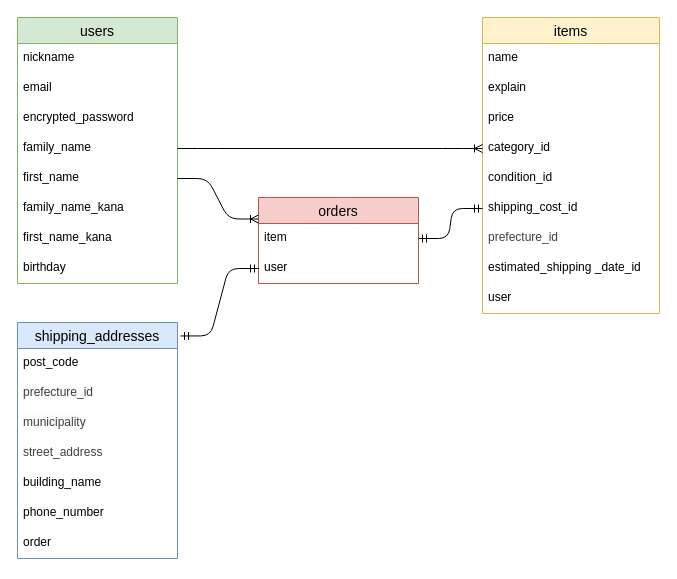
naoto4420-pixel/furima-47233 keeps this draw.io diagram as ER.dio. Above is the earlier version. Source tidied: cells renumbered, new cells numbered last; positions are measured from the earlier drawing's top-left corner, leaving out a move shared by most shapes. Both pictures are drawn from the tidied source at 100%, with x=0, y=0 at pixel (17, 17).
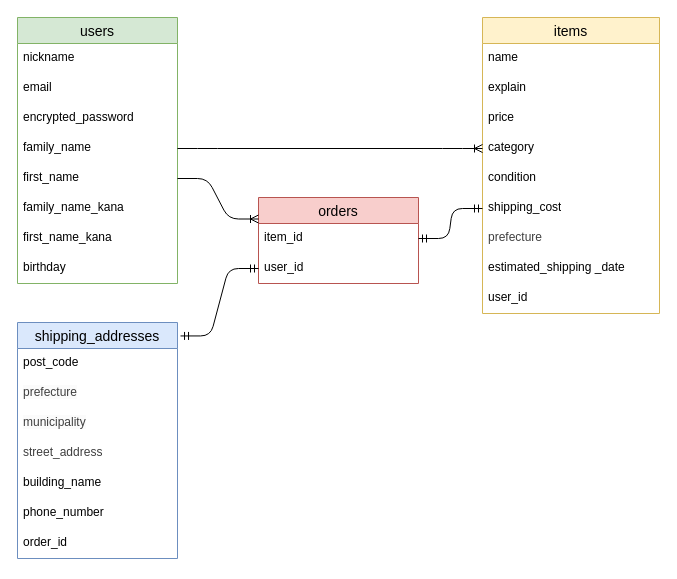
The same page after the edit.

Unchanged cells that the change refers to:
```xml
<mxCell id="11" value="items" style="swimlane;fontStyle=0;horizontal=1;startSize=26;align=center;fontSize=14;fillColor=#fff2cc;strokeColor=#d6b656;" parent="1" vertex="1">
  <mxGeometry x="465" width="177" height="296" as="geometry" />
</mxCell>
<mxCell id="22" value="shipping_addresses" style="swimlane;fontStyle=0;horizontal=1;startSize=26;align=center;fontSize=14;fillColor=#dae8fc;strokeColor=#6c8ebf;fontColor=default;" parent="1" vertex="1">
  <mxGeometry y="305" width="160" height="236" as="geometry" />
</mxCell>
<mxCell id="30" value="orders" style="swimlane;fontStyle=0;horizontal=1;startSize=26;align=center;fontSize=14;fillColor=#f8cecc;strokeColor=#b85450;" parent="1" vertex="1">
  <mxGeometry x="241" y="180" width="160" height="86" as="geometry" />
</mxCell>
```

Change to the diagram source:
```diff
@@
-    <mxCell id="15" value="category_id" style="text;strokeColor=none;fillColor=none;spacingLeft=4;spacingRight=4;overflow=hidden;points=[[0,0.5],[1,0.5]];portConstraint=eastwest;fontSize=12;whiteSpace=wrap;html=1;" parent="11" vertex="1">
+    <mxCell id="15" value="category" style="text;strokeColor=none;fillColor=none;spacingLeft=4;spacingRight=4;overflow=hidden;points=[[0,0.5],[1,0.5]];portConstraint=eastwest;fontSize=12;whiteSpace=wrap;html=1;" parent="11" vertex="1">
       <mxGeometry y="116" width="177" height="30" as="geometry" />
     </mxCell>
-    <mxCell id="16" value="condition_id" style="text;strokeColor=none;fillColor=none;spacingLeft=4;spacingRight=4;overflow=hidden;fontSize=12;whiteSpace=wrap;html=1;" parent="11" vertex="1">
+    <mxCell id="16" value="condition" style="text;strokeColor=none;fillColor=none;spacingLeft=4;spacingRight=4;overflow=hidden;fontSize=12;whiteSpace=wrap;html=1;" parent="11" vertex="1">
       <mxGeometry y="146" width="177" height="30" as="geometry" />
     </mxCell>
-    <mxCell id="17" value="shipping_cost_id" style="text;strokeColor=none;fillColor=none;spacingLeft=4;spacingRight=4;overflow=hidden;points=[[0,0.5],[1,0.5]];portConstraint=eastwest;fontSize=12;whiteSpace=wrap;html=1;" parent="11" vertex="1">
+    <mxCell id="17" value="shipping_cost" style="text;strokeColor=none;fillColor=none;spacingLeft=4;spacingRight=4;overflow=hidden;points=[[0,0.5],[1,0.5]];portConstraint=eastwest;fontSize=12;whiteSpace=wrap;html=1;" parent="11" vertex="1">
       <mxGeometry y="176" width="177" height="30" as="geometry" />
     </mxCell>
-    <mxCell id="18" value="&lt;span style=&quot;color: rgb(63, 63, 63); text-align: center; text-wrap-mode: nowrap;&quot;&gt;prefecture_id&lt;/span&gt;" style="text;strokeColor=none;fillColor=none;spacingLeft=4;spacingRight=4;overflow=hidden;fontSize=12;whiteSpace=wrap;html=1;" parent="11" vertex="1">
+    <mxCell id="18" value="&lt;span style=&quot;color: rgb(63, 63, 63); text-align: center; text-wrap-mode: nowrap;&quot;&gt;prefecture&lt;/span&gt;" style="text;strokeColor=none;fillColor=none;spacingLeft=4;spacingRight=4;overflow=hidden;fontSize=12;whiteSpace=wrap;html=1;" parent="11" vertex="1">
       <mxGeometry y="206" width="177" height="30" as="geometry" />
     </mxCell>
-    <mxCell id="19" value="&lt;font style=&quot;&quot;&gt;&lt;span style=&quot;font-size: 12px;&quot;&gt;estimated_shipping _date_id&lt;/span&gt;&lt;/font&gt;" style="text;strokeColor=none;fillColor=none;spacingLeft=4;spacingRight=4;overflow=hidden;fontSize=12;whiteSpace=wrap;html=1;fontColor=#000000;" parent="11" vertex="1">
+    <mxCell id="19" value="&lt;font style=&quot;&quot;&gt;&lt;span style=&quot;font-size: 12px;&quot;&gt;estimated_shipping _date&lt;/span&gt;&lt;/font&gt;" style="text;strokeColor=none;fillColor=none;spacingLeft=4;spacingRight=4;overflow=hidden;fontSize=12;whiteSpace=wrap;html=1;fontColor=#000000;" parent="11" vertex="1">
       <mxGeometry y="236" width="177" height="30" as="geometry" />
     </mxCell>
-    <mxCell id="20" value="user" style="text;strokeColor=none;fillColor=none;spacingLeft=4;spacingRight=4;overflow=hidden;fontSize=12;whiteSpace=wrap;html=1;" parent="11" vertex="1">
+    <mxCell id="20" value="user_id" style="text;strokeColor=none;fillColor=none;spacingLeft=4;spacingRight=4;overflow=hidden;fontSize=12;whiteSpace=wrap;html=1;" parent="11" vertex="1">
       <mxGeometry y="266" width="177" height="30" as="geometry" />
     </mxCell>
@@
-    <mxCell id="24" value="&lt;span style=&quot;color: rgb(63, 63, 63); font-family: Helvetica; font-size: 12px; font-style: normal; font-variant-ligatures: normal; font-variant-caps: normal; font-weight: 400; letter-spacing: normal; orphans: 2; text-align: center; text-indent: 0px; text-transform: none; widows: 2; word-spacing: 0px; -webkit-text-stroke-width: 0px; white-space: nowrap; background-color: rgb(251, 251, 251); text-decoration-thickness: initial; text-decoration-style: initial; text-decoration-color: initial; float: none; display: inline !important;&quot;&gt;prefecture_id&lt;/span&gt;" style="text;strokeColor=none;fillColor=none;spacingLeft=4;spacingRight=4;overflow=hidden;fontSize=12;whiteSpace=wrap;html=1;" parent="22" vertex="1">
+    <mxCell id="24" value="&lt;span style=&quot;color: rgb(63, 63, 63); font-family: Helvetica; font-size: 12px; font-style: normal; font-variant-ligatures: normal; font-variant-caps: normal; font-weight: 400; letter-spacing: normal; orphans: 2; text-align: center; text-indent: 0px; text-transform: none; widows: 2; word-spacing: 0px; -webkit-text-stroke-width: 0px; white-space: nowrap; background-color: rgb(251, 251, 251); text-decoration-thickness: initial; text-decoration-style: initial; text-decoration-color: initial; float: none; display: inline !important;&quot;&gt;prefecture&lt;/span&gt;" style="text;strokeColor=none;fillColor=none;spacingLeft=4;spacingRight=4;overflow=hidden;fontSize=12;whiteSpace=wrap;html=1;" parent="22" vertex="1">
       <mxGeometry y="56" width="160" height="30" as="geometry" />
     </mxCell>
@@
-    <mxCell id="29" value="order" style="text;strokeColor=none;fillColor=none;spacingLeft=4;spacingRight=4;overflow=hidden;fontSize=12;whiteSpace=wrap;html=1;" parent="22" vertex="1">
+    <mxCell id="29" value="order_id" style="text;strokeColor=none;fillColor=none;spacingLeft=4;spacingRight=4;overflow=hidden;fontSize=12;whiteSpace=wrap;html=1;" parent="22" vertex="1">
       <mxGeometry y="206" width="160" height="30" as="geometry" />
     </mxCell>
@@
-    <mxCell id="31" value="item" style="text;strokeColor=none;fillColor=none;spacingLeft=4;spacingRight=4;overflow=hidden;points=[[0,0.5],[1,0.5]];portConstraint=eastwest;fontSize=12;whiteSpace=wrap;html=1;" parent="30" vertex="1">
+    <mxCell id="31" value="item_id" style="text;strokeColor=none;fillColor=none;spacingLeft=4;spacingRight=4;overflow=hidden;points=[[0,0.5],[1,0.5]];portConstraint=eastwest;fontSize=12;whiteSpace=wrap;html=1;" parent="30" vertex="1">
       <mxGeometry y="26" width="160" height="30" as="geometry" />
     </mxCell>
-    <mxCell id="32" value="user" style="text;strokeColor=none;fillColor=none;spacingLeft=4;spacingRight=4;overflow=hidden;points=[[0,0.5],[1,0.5]];portConstraint=eastwest;fontSize=12;whiteSpace=wrap;html=1;" parent="30" vertex="1">
+    <mxCell id="32" value="user_id" style="text;strokeColor=none;fillColor=none;spacingLeft=4;spacingRight=4;overflow=hidden;points=[[0,0.5],[1,0.5]];portConstraint=eastwest;fontSize=12;whiteSpace=wrap;html=1;" parent="30" vertex="1">
       <mxGeometry y="56" width="160" height="30" as="geometry" />
     </mxCell>
```
